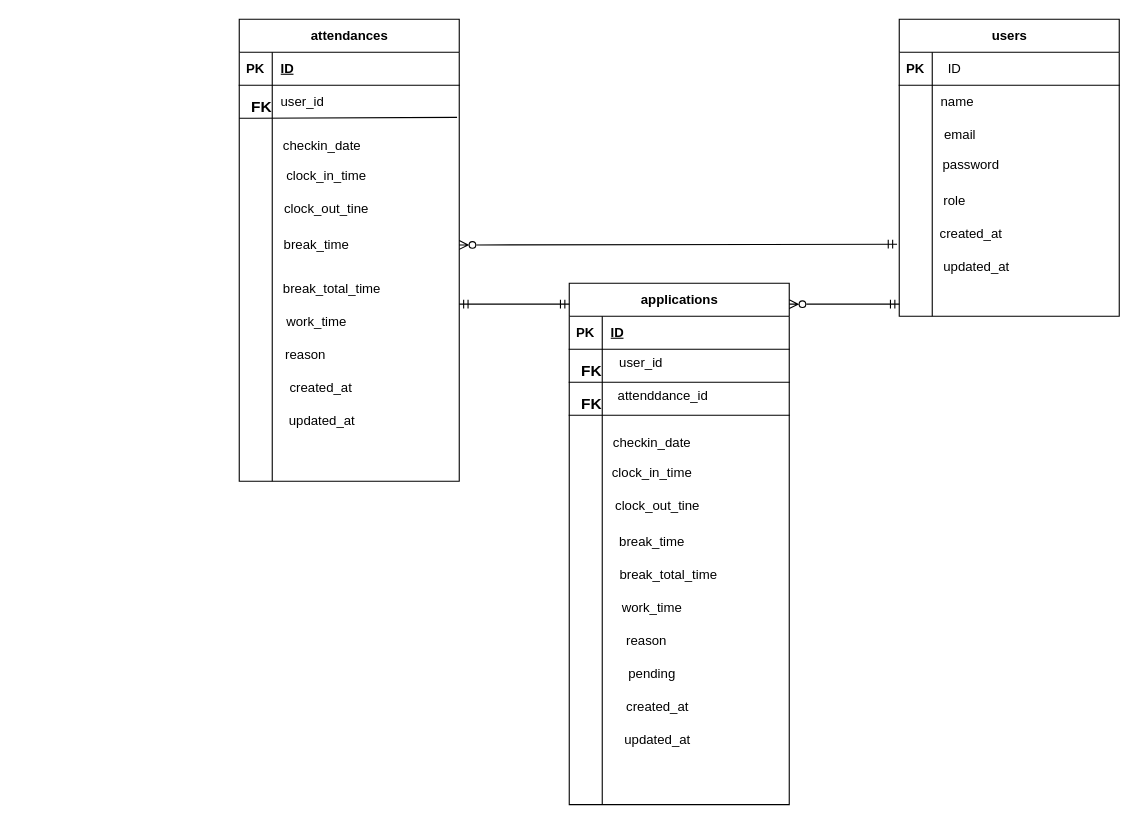
This is er-diagram.drawio from takayuki2025/simulation2_1, a draw.io file, before an edit. Source tidied: cells renumbered, new cells numbered last; positions are measured from the earlier drawing's top-left corner, leaving out a move shared by most shapes. Both pictures are drawn from the tidied source at 110%, with x=0, y=0 at pixel (19, 19).
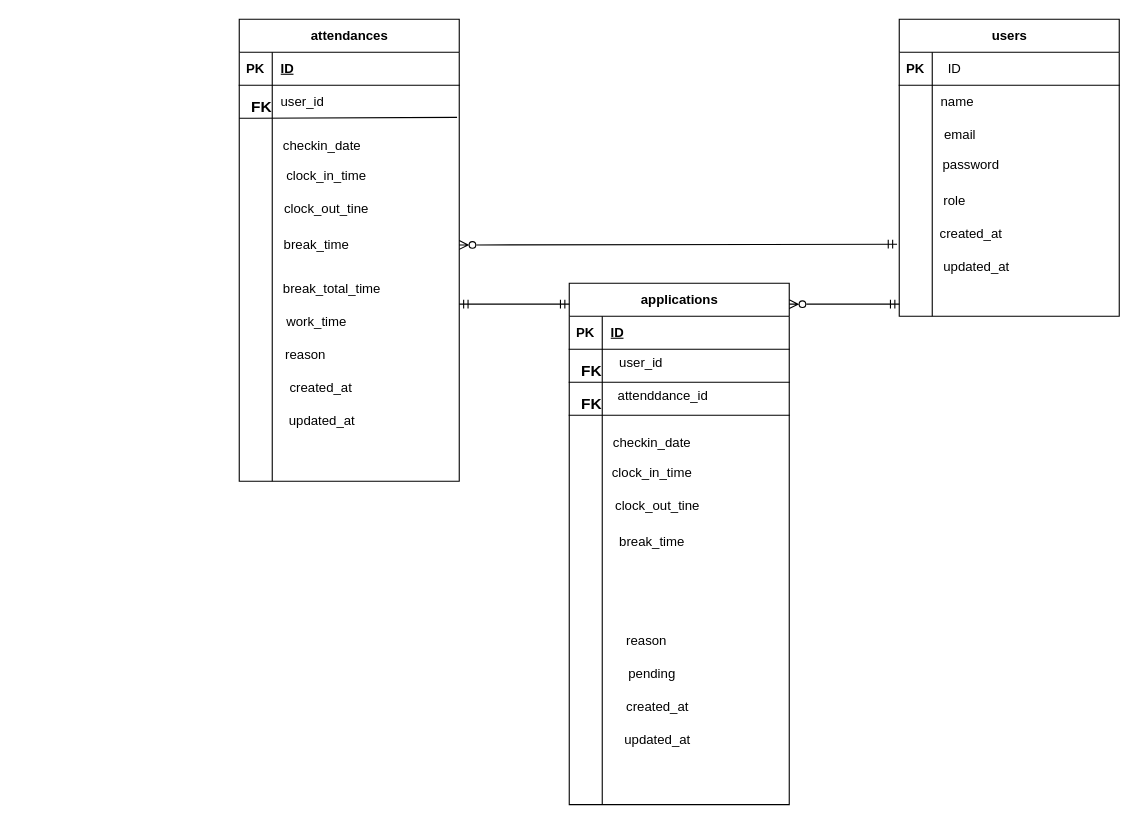
The same diagram, later.

Change to the diagram source:
```diff
@@
-    <mxCell id="141" value="break_total_time" style="text;html=1;align=center;verticalAlign=middle;strokeColor=none;fillColor=none;" parent="1" vertex="1">
-      <mxGeometry x="535" y="490" width="110" height="30" as="geometry" />
-    </mxCell>
-    <mxCell id="142" value="work_time" style="text;html=1;align=center;verticalAlign=middle;strokeColor=none;fillColor=none;" parent="1" vertex="1">
-      <mxGeometry x="535" y="520" width="80" height="30" as="geometry" />
-    </mxCell>
```
